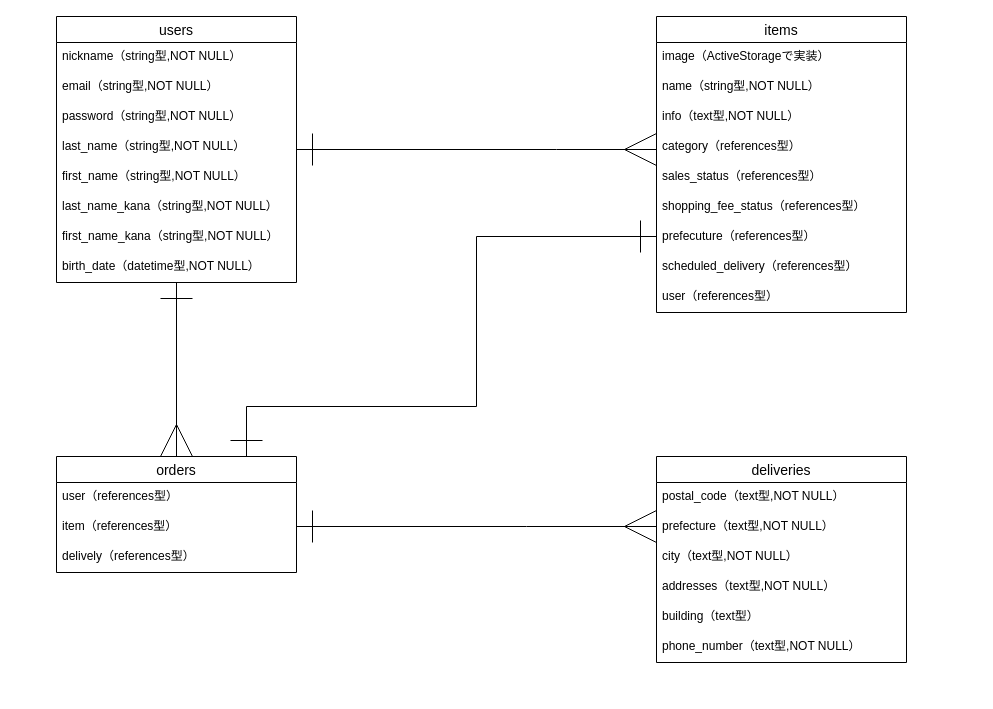
The draw.io diagram furima-31134.dio in 1000channel/furima-31134, before the edit. Source tidied: cells renumbered, new cells numbered last; positions are measured from the earlier drawing's top-left corner, leaving out a move shared by most shapes. Both pictures are drawn from the tidied source at 100%, with x=0, y=0 at pixel (56, 16).
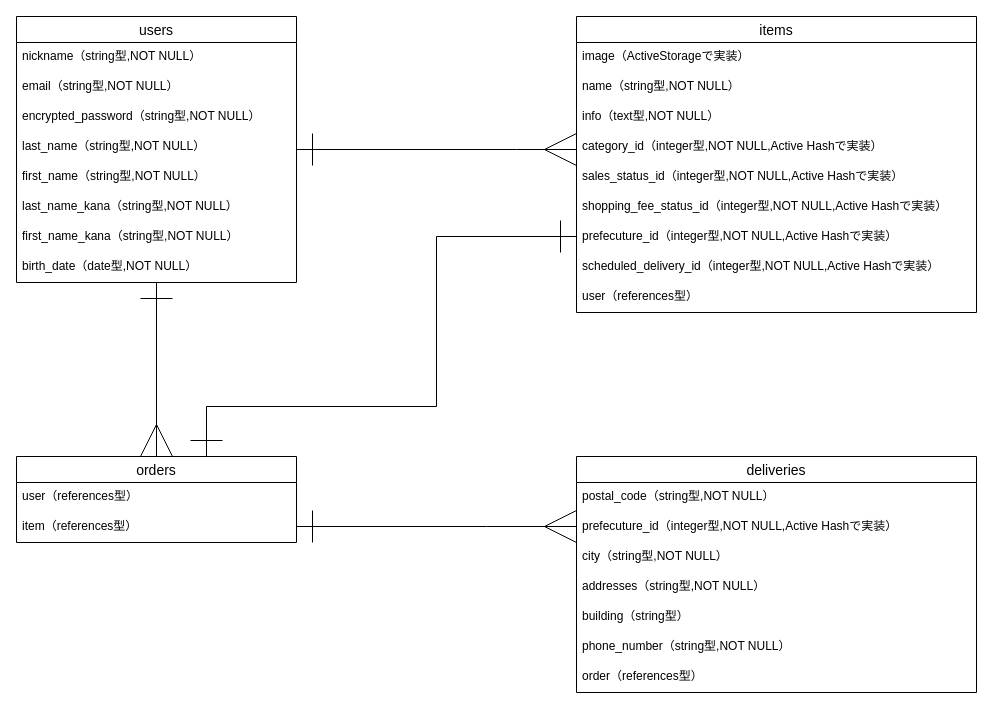
After the change.

Change to the diagram source:
```diff
@@
     <mxCell id="2" style="edgeStyle=orthogonalEdgeStyle;rounded=0;jettySize=auto;html=1;endArrow=ERmany;endFill=0;endSize=30;startSize=30;startArrow=ERone;startFill=0;" parent="1" edge="1" source="6" target="15">
       <mxGeometry relative="1" as="geometry">
         <Array as="points">
-          <mxPoint x="500" y="133" />
-          <mxPoint x="500" y="133" />
+          <mxPoint x="460" y="133" />
+          <mxPoint x="460" y="133" />
         </Array>
       </mxGeometry>
     </mxCell>
@@
     <mxCell id="4" style="edgeStyle=orthogonalEdgeStyle;rounded=0;jettySize=auto;html=1;startArrow=ERone;startFill=0;startSize=30;endArrow=ERone;endFill=0;endSize=30;" parent="1" edge="1" source="15" target="32">
       <mxGeometry relative="1" as="geometry">
         <Array as="points">
-          <mxPoint x="420" y="220" />
-          <mxPoint x="420" y="390" />
-          <mxPoint x="190" y="390" />
+          <mxPoint x="380" y="220" />
+          <mxPoint x="380" y="390" />
+          <mxPoint x="150" y="390" />
         </Array>
       </mxGeometry>
     </mxCell>
     <mxCell id="5" style="edgeStyle=orthogonalEdgeStyle;rounded=0;jettySize=auto;html=1;startArrow=ERone;startFill=0;startSize=30;endArrow=ERmany;endFill=0;endSize=30;" parent="1" edge="1" source="32" target="25">
       <mxGeometry relative="1" as="geometry">
         <Array as="points">
-          <mxPoint x="470" y="510" />
-          <mxPoint x="470" y="510" />
+          <mxPoint x="430" y="510" />
+          <mxPoint x="430" y="510" />
         </Array>
       </mxGeometry>
     </mxCell>
     <mxCell id="6" value="users" style="swimlane;fontStyle=0;horizontal=1;startSize=26;align=center;fontSize=14;" parent="1" vertex="1">
-      <mxGeometry width="240" height="266" as="geometry" />
+      <mxGeometry x="-40" width="280" height="266" as="geometry" />
     </mxCell>
     <mxCell id="7" value="nickname（string型,NOT NULL）" style="text;strokeColor=none;fillColor=none;spacingLeft=4;spacingRight=4;overflow=hidden;fontSize=12;" parent="6" vertex="1">
-      <mxGeometry y="26" width="240" height="30" as="geometry" />
+      <mxGeometry y="26" width="280" height="30" as="geometry" />
     </mxCell>
     <mxCell id="8" value="email（string型,NOT NULL）" style="text;strokeColor=none;fillColor=none;spacingLeft=4;spacingRight=4;overflow=hidden;fontSize=12;" parent="6" vertex="1">
-      <mxGeometry y="56" width="240" height="30" as="geometry" />
+      <mxGeometry y="56" width="280" height="30" as="geometry" />
     </mxCell>
-    <mxCell id="9" value="password（string型,NOT NULL）" style="text;strokeColor=none;fillColor=none;spacingLeft=4;spacingRight=4;overflow=hidden;fontSize=12;" parent="6" vertex="1">
-      <mxGeometry y="86" width="240" height="30" as="geometry" />
+    <mxCell id="9" value="encrypted_password（string型,NOT NULL）" style="text;strokeColor=none;fillColor=none;spacingLeft=4;spacingRight=4;overflow=hidden;fontSize=12;" parent="6" vertex="1">
+      <mxGeometry y="86" width="280" height="30" as="geometry" />
     </mxCell>
     <mxCell id="10" value="last_name（string型,NOT NULL）" style="text;strokeColor=none;fillColor=none;spacingLeft=4;spacingRight=4;overflow=hidden;fontSize=12;" parent="6" vertex="1">
-      <mxGeometry y="116" width="240" height="30" as="geometry" />
+      <mxGeometry y="116" width="280" height="30" as="geometry" />
     </mxCell>
     <mxCell id="11" value="first_name（string型,NOT NULL）" style="text;strokeColor=none;fillColor=none;spacingLeft=4;spacingRight=4;overflow=hidden;fontSize=12;" parent="6" vertex="1">
-      <mxGeometry y="146" width="240" height="30" as="geometry" />
+      <mxGeometry y="146" width="280" height="30" as="geometry" />
     </mxCell>
     <mxCell id="12" value="last_name_kana（string型,NOT NULL）" style="text;strokeColor=none;fillColor=none;spacingLeft=4;spacingRight=4;overflow=hidden;fontSize=12;" parent="6" vertex="1">
-      <mxGeometry y="176" width="240" height="30" as="geometry" />
+      <mxGeometry y="176" width="280" height="30" as="geometry" />
     </mxCell>
     <mxCell id="13" value="first_name_kana（string型,NOT NULL）" style="text;strokeColor=none;fillColor=none;spacingLeft=4;spacingRight=4;overflow=hidden;fontSize=12;" parent="6" vertex="1">
-      <mxGeometry y="206" width="240" height="30" as="geometry" />
+      <mxGeometry y="206" width="280" height="30" as="geometry" />
     </mxCell>
-    <mxCell id="14" value="birth_date（datetime型,NOT NULL）" style="text;strokeColor=none;fillColor=none;spacingLeft=4;spacingRight=4;overflow=hidden;fontSize=12;" parent="6" vertex="1">
-      <mxGeometry y="236" width="240" height="30" as="geometry" />
+    <mxCell id="14" value="birth_date（date型,NOT NULL）" style="text;strokeColor=none;fillColor=none;spacingLeft=4;spacingRight=4;overflow=hidden;fontSize=12;" parent="6" vertex="1">
+      <mxGeometry y="236" width="280" height="30" as="geometry" />
     </mxCell>
     <mxCell id="15" value="items" style="swimlane;fontStyle=0;horizontal=1;startSize=26;align=center;fontSize=14;" parent="1" vertex="1">
-      <mxGeometry x="600" width="250" height="296" as="geometry" />
+      <mxGeometry x="520" width="400" height="296" as="geometry" />
     </mxCell>
     <mxCell id="16" value="image（ActiveStorageで実装）" style="text;strokeColor=none;fillColor=none;spacingLeft=4;spacingRight=4;overflow=hidden;fontSize=12;" parent="15" vertex="1">
-      <mxGeometry y="26" width="250" height="30" as="geometry" />
+      <mxGeometry y="26" width="400" height="30" as="geometry" />
     </mxCell>
     <mxCell id="17" value="name（string型,NOT NULL）" style="text;strokeColor=none;fillColor=none;spacingLeft=4;spacingRight=4;overflow=hidden;fontSize=12;" parent="15" vertex="1">
-      <mxGeometry y="56" width="250" height="30" as="geometry" />
+      <mxGeometry y="56" width="400" height="30" as="geometry" />
     </mxCell>
     <mxCell id="18" value="info（text型,NOT NULL）" style="text;strokeColor=none;fillColor=none;spacingLeft=4;spacingRight=4;overflow=hidden;fontSize=12;" parent="15" vertex="1">
-      <mxGeometry y="86" width="250" height="30" as="geometry" />
+      <mxGeometry y="86" width="400" height="30" as="geometry" />
     </mxCell>
-    <mxCell id="19" value="category（references型）" style="text;strokeColor=none;fillColor=none;spacingLeft=4;spacingRight=4;overflow=hidden;fontSize=12;" parent="15" vertex="1">
-      <mxGeometry y="116" width="250" height="30" as="geometry" />
+    <mxCell id="19" value="category_id（integer型,NOT NULL,Active Hashで実装）" style="text;strokeColor=none;fillColor=none;spacingLeft=4;spacingRight=4;overflow=hidden;fontSize=12;" parent="15" vertex="1">
+      <mxGeometry y="116" width="400" height="30" as="geometry" />
     </mxCell>
-    <mxCell id="20" value="sales_status（references型）" style="text;strokeColor=none;fillColor=none;spacingLeft=4;spacingRight=4;overflow=hidden;fontSize=12;" parent="15" vertex="1">
-      <mxGeometry y="146" width="250" height="30" as="geometry" />
+    <mxCell id="20" value="sales_status_id（integer型,NOT NULL,Active Hashで実装）" style="text;strokeColor=none;fillColor=none;spacingLeft=4;spacingRight=4;overflow=hidden;fontSize=12;" parent="15" vertex="1">
+      <mxGeometry y="146" width="400" height="30" as="geometry" />
     </mxCell>
-    <mxCell id="21" value="shopping_fee_status（references型）" style="text;strokeColor=none;fillColor=none;spacingLeft=4;spacingRight=4;overflow=hidden;fontSize=12;" parent="15" vertex="1">
-      <mxGeometry y="176" width="250" height="30" as="geometry" />
+    <mxCell id="21" value="shopping_fee_status_id（integer型,NOT NULL,Active Hashで実装）" style="text;strokeColor=none;fillColor=none;spacingLeft=4;spacingRight=4;overflow=hidden;fontSize=12;" parent="15" vertex="1">
+      <mxGeometry y="176" width="400" height="30" as="geometry" />
     </mxCell>
-    <mxCell id="22" value="prefecuture（references型）" style="text;strokeColor=none;fillColor=none;spacingLeft=4;spacingRight=4;overflow=hidden;fontSize=12;" parent="15" vertex="1">
-      <mxGeometry y="206" width="250" height="30" as="geometry" />
+    <mxCell id="22" value="prefecuture_id（integer型,NOT NULL,Active Hashで実装）" style="text;strokeColor=none;fillColor=none;spacingLeft=4;spacingRight=4;overflow=hidden;fontSize=12;" parent="15" vertex="1">
+      <mxGeometry y="206" width="400" height="30" as="geometry" />
     </mxCell>
-    <mxCell id="23" value="scheduled_delivery（references型）" style="text;strokeColor=none;fillColor=none;spacingLeft=4;spacingRight=4;overflow=hidden;fontSize=12;" parent="15" vertex="1">
-      <mxGeometry y="236" width="250" height="30" as="geometry" />
+    <mxCell id="23" value="scheduled_delivery_id（integer型,NOT NULL,Active Hashで実装）" style="text;strokeColor=none;fillColor=none;spacingLeft=4;spacingRight=4;overflow=hidden;fontSize=12;" parent="15" vertex="1">
+      <mxGeometry y="236" width="400" height="30" as="geometry" />
     </mxCell>
     <mxCell id="24" value="user（references型）" style="text;strokeColor=none;fillColor=none;spacingLeft=4;spacingRight=4;overflow=hidden;fontSize=12;" parent="15" vertex="1">
-      <mxGeometry y="266" width="250" height="30" as="geometry" />
+      <mxGeometry y="266" width="400" height="30" as="geometry" />
     </mxCell>
     <mxCell id="25" value="deliveries" style="swimlane;fontStyle=0;horizontal=1;startSize=26;align=center;fontSize=14;" parent="1" vertex="1">
-      <mxGeometry x="600" y="440" width="250" height="206" as="geometry" />
+      <mxGeometry x="520" y="440" width="400" height="236" as="geometry" />
     </mxCell>
-    <mxCell id="26" value="postal_code（text型,NOT NULL）" style="text;strokeColor=none;fillColor=none;spacingLeft=4;spacingRight=4;overflow=hidden;fontSize=12;" parent="25" vertex="1">
-      <mxGeometry y="26" width="250" height="30" as="geometry" />
+    <mxCell id="26" value="postal_code（string型,NOT NULL）" style="text;strokeColor=none;fillColor=none;spacingLeft=4;spacingRight=4;overflow=hidden;fontSize=12;" parent="25" vertex="1">
+      <mxGeometry y="26" width="400" height="30" as="geometry" />
     </mxCell>
-    <mxCell id="27" value="prefecture（text型,NOT NULL）" style="text;strokeColor=none;fillColor=none;spacingLeft=4;spacingRight=4;overflow=hidden;fontSize=12;" parent="25" vertex="1">
-      <mxGeometry y="56" width="250" height="30" as="geometry" />
+    <mxCell id="27" value="prefecuture_id（integer型,NOT NULL,Active Hashで実装）" style="text;strokeColor=none;fillColor=none;spacingLeft=4;spacingRight=4;overflow=hidden;fontSize=12;" parent="25" vertex="1">
+      <mxGeometry y="56" width="400" height="30" as="geometry" />
     </mxCell>
-    <mxCell id="28" value="city（text型,NOT NULL）" style="text;strokeColor=none;fillColor=none;spacingLeft=4;spacingRight=4;overflow=hidden;fontSize=12;" parent="25" vertex="1">
-      <mxGeometry y="86" width="250" height="30" as="geometry" />
+    <mxCell id="28" value="city（string型,NOT NULL）" style="text;strokeColor=none;fillColor=none;spacingLeft=4;spacingRight=4;overflow=hidden;fontSize=12;" parent="25" vertex="1">
+      <mxGeometry y="86" width="400" height="30" as="geometry" />
     </mxCell>
-    <mxCell id="29" value="addresses（text型,NOT NULL）" style="text;strokeColor=none;fillColor=none;spacingLeft=4;spacingRight=4;overflow=hidden;fontSize=12;" parent="25" vertex="1">
-      <mxGeometry y="116" width="250" height="30" as="geometry" />
+    <mxCell id="29" value="addresses（string型,NOT NULL）" style="text;strokeColor=none;fillColor=none;spacingLeft=4;spacingRight=4;overflow=hidden;fontSize=12;" parent="25" vertex="1">
+      <mxGeometry y="116" width="400" height="30" as="geometry" />
     </mxCell>
-    <mxCell id="30" value="building（text型）" style="text;strokeColor=none;fillColor=none;spacingLeft=4;spacingRight=4;overflow=hidden;fontSize=12;" parent="25" vertex="1">
-      <mxGeometry y="146" width="250" height="30" as="geometry" />
+    <mxCell id="30" value="building（string型）" style="text;strokeColor=none;fillColor=none;spacingLeft=4;spacingRight=4;overflow=hidden;fontSize=12;" parent="25" vertex="1">
+      <mxGeometry y="146" width="400" height="30" as="geometry" />
     </mxCell>
+    <mxCell id="36" value="phone_number（string型,NOT NULL）" style="text;strokeColor=none;fillColor=none;spacingLeft=4;spacingRight=4;overflow=hidden;fontSize=12;" parent="25" vertex="1">
+      <mxGeometry y="176" width="400" height="30" as="geometry" />
+    </mxCell>
-    <mxCell id="31" value="phone_number（text型,NOT NULL）" style="text;strokeColor=none;fillColor=none;spacingLeft=4;spacingRight=4;overflow=hidden;fontSize=12;" parent="25" vertex="1">
-      <mxGeometry y="176" width="250" height="30" as="geometry" />
+    <mxCell id="31" value="order（references型）" style="text;strokeColor=none;fillColor=none;spacingLeft=4;spacingRight=4;overflow=hidden;fontSize=12;" parent="25" vertex="1">
+      <mxGeometry y="206" width="400" height="30" as="geometry" />
     </mxCell>
     <mxCell id="32" value="orders" style="swimlane;fontStyle=0;horizontal=1;startSize=26;align=center;fontSize=14;" parent="1" vertex="1">
-      <mxGeometry y="440" width="240" height="116" as="geometry" />
+      <mxGeometry x="-40" y="440" width="280" height="86" as="geometry" />
     </mxCell>
     <mxCell id="33" value="user（references型）" style="text;strokeColor=none;fillColor=none;spacingLeft=4;spacingRight=4;overflow=hidden;fontSize=12;" parent="32" vertex="1">
-      <mxGeometry y="26" width="240" height="30" as="geometry" />
+      <mxGeometry y="26" width="280" height="30" as="geometry" />
     </mxCell>
     <mxCell id="34" value="item（references型）" style="text;strokeColor=none;fillColor=none;spacingLeft=4;spacingRight=4;overflow=hidden;fontSize=12;" parent="32" vertex="1">
-      <mxGeometry y="56" width="240" height="30" as="geometry" />
+      <mxGeometry y="56" width="280" height="30" as="geometry" />
     </mxCell>
-    <mxCell id="35" value="delively（references型）" style="text;strokeColor=none;fillColor=none;spacingLeft=4;spacingRight=4;overflow=hidden;fontSize=12;" parent="32" vertex="1">
-      <mxGeometry y="86" width="240" height="30" as="geometry" />
-    </mxCell>
```
